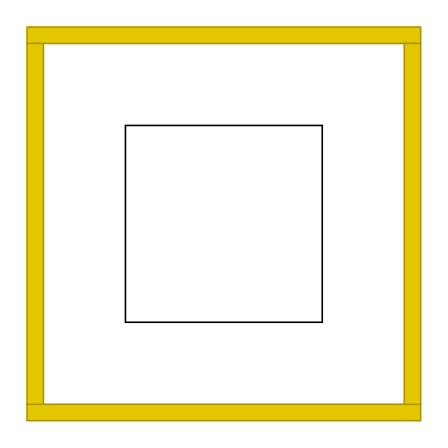
The draw.io diagram Diagram zonder titel.drawio in laurenskoetsier/Project-1.4, before the edit. Source tidied: cells renumbered, new cells numbered last; positions are measured from the earlier drawing's top-left corner, leaving out a move shared by most shapes. Both pictures are drawn from the tidied source at 164%, with x=0, y=0 at pixel (-146, 26).
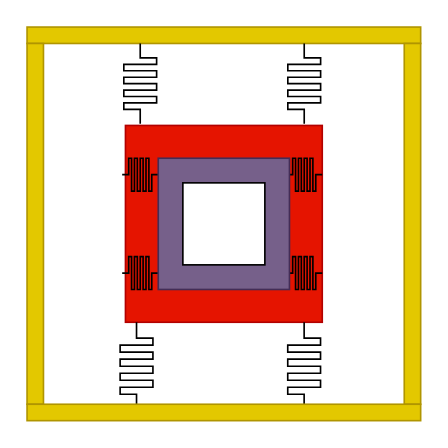
Above is the later version.

What changed in the source:
```diff
@@
 <mxGraphModel>
   <root>
     <mxCell id="0" />
     <mxCell id="1" parent="0" />
     <mxCell id="2" style="rounded=0;whiteSpace=wrap;html=1;fillColor=#e3c800;strokeColor=#B09500;fontColor=#000000;" parent="1" vertex="1">
       <mxGeometry x="105" width="240" height="10" as="geometry" />
     </mxCell>
-    <mxCell id="3" style="rounded=0;whiteSpace=wrap;html=1;fillColor=#e3c800;strokeColor=#B09500;fontColor=#000000;rotation=0;" parent="1" vertex="1">
-      <mxGeometry x="105" y="230" width="240" height="10" as="geometry" />
-    </mxCell>
     <mxCell id="4" style="rounded=0;whiteSpace=wrap;html=1;rotation=-90;fillColor=#e3c800;fontColor=#000000;strokeColor=#B09500;" parent="1" vertex="1">
       <mxGeometry y="115" width="220" height="10" as="geometry" />
     </mxCell>
     <mxCell id="5" style="rounded=0;whiteSpace=wrap;html=1;rotation=-90;fillColor=#e3c800;fontColor=#000000;strokeColor=#B09500;" parent="1" vertex="1">
       <mxGeometry x="230" y="115" width="220" height="10" as="geometry" />
     </mxCell>
-    <mxCell id="6" style="whiteSpace=wrap;html=1;" parent="1" vertex="1">
+    <mxCell id="6" style="whiteSpace=wrap;html=1;fillColor=#e51400;fontColor=#ffffff;strokeColor=#B20000;" parent="1" vertex="1">
       <mxGeometry x="165" y="60" width="120" height="120" as="geometry" />
     </mxCell>
+    <mxCell id="7" style="verticalLabelPosition=bottom;shadow=0;dashed=0;align=center;html=1;verticalAlign=top;shape=mxgraph.electrical.resistors.memristor_1;" parent="1" vertex="1">
+      <mxGeometry x="263" y="140" width="22" height="20" as="geometry" />
+    </mxCell>
+    <mxCell id="8" style="verticalLabelPosition=bottom;shadow=0;dashed=0;align=center;html=1;verticalAlign=top;shape=mxgraph.electrical.resistors.memristor_1;" parent="1" vertex="1">
+      <mxGeometry x="263" y="80" width="22" height="20" as="geometry" />
+    </mxCell>
+    <mxCell id="9" style="verticalLabelPosition=bottom;shadow=0;dashed=0;align=center;html=1;verticalAlign=top;shape=mxgraph.electrical.resistors.memristor_1;rotation=-180;" parent="1" vertex="1">
+      <mxGeometry x="163" y="140" width="22" height="20" as="geometry" />
+    </mxCell>
+    <mxCell id="10" style="verticalLabelPosition=bottom;shadow=0;dashed=0;align=center;html=1;verticalAlign=top;shape=mxgraph.electrical.resistors.memristor_1;rotation=-180;" parent="1" vertex="1">
+      <mxGeometry x="163" y="80" width="22" height="20" as="geometry" />
+    </mxCell>
+    <mxCell id="11" style="verticalLabelPosition=bottom;shadow=0;dashed=0;align=center;html=1;verticalAlign=top;shape=mxgraph.electrical.resistors.memristor_1;rotation=-90;" parent="1" vertex="1">
+      <mxGeometry x="249.5" y="24.5" width="49" height="20" as="geometry" />
+    </mxCell>
+    <mxCell id="12" style="verticalLabelPosition=bottom;shadow=0;dashed=0;align=center;html=1;verticalAlign=top;shape=mxgraph.electrical.resistors.memristor_1;rotation=-90;" parent="1" vertex="1">
+      <mxGeometry x="149.5" y="24.5" width="49" height="20" as="geometry" />
+    </mxCell>
+    <mxCell id="13" style="verticalLabelPosition=bottom;shadow=0;dashed=0;align=center;html=1;verticalAlign=top;shape=mxgraph.electrical.resistors.memristor_1;rotation=-90;" parent="1" vertex="1">
+      <mxGeometry x="247.2" y="196.8" width="53.5" height="20" as="geometry" />
+    </mxCell>
+    <mxCell id="14" style="verticalLabelPosition=bottom;shadow=0;dashed=0;align=center;html=1;verticalAlign=top;shape=mxgraph.electrical.resistors.memristor_1;rotation=90;" parent="1" vertex="1">
+      <mxGeometry x="145" y="196.8" width="53.5" height="20" as="geometry" />
+    </mxCell>
+    <mxCell id="3" style="rounded=0;whiteSpace=wrap;html=1;fillColor=#e3c800;strokeColor=#B09500;fontColor=#000000;rotation=0;" parent="1" vertex="1">
+      <mxGeometry x="105" y="230" width="240" height="10" as="geometry" />
+    </mxCell>
+    <mxCell id="15" style="whiteSpace=wrap;html=1;fillColor=#76608a;fontColor=#ffffff;strokeColor=#432D57;" parent="1" vertex="1">
+      <mxGeometry x="185" y="80" width="80" height="80" as="geometry" />
+    </mxCell>
+    <mxCell id="16" style="whiteSpace=wrap;html=1;" parent="1" vertex="1">
+      <mxGeometry x="200" y="95" width="50" height="50" as="geometry" />
+    </mxCell>
   </root>
 </mxGraphModel>
```
